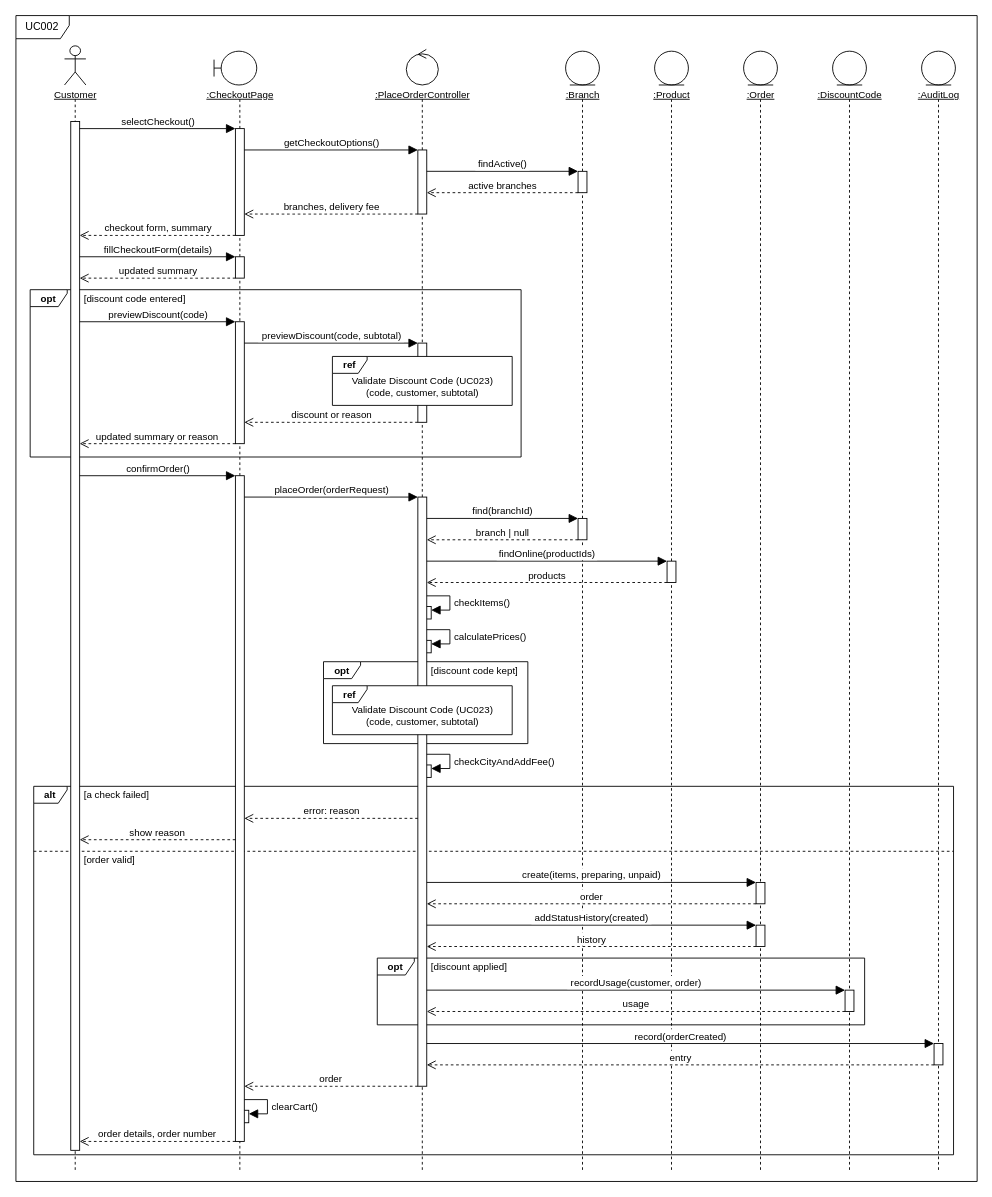
This is report/figures/src/SD-UC002.drawio from Trong-eng/KACoffee, a draw.io file, before an edit. Source tidied: cells renumbered, new cells numbered last; positions are measured from the earlier drawing's top-left corner, leaving out a move shared by most shapes. Both pictures are drawn from the tidied source at 89%, with x=0, y=0 at pixel (15, 15).
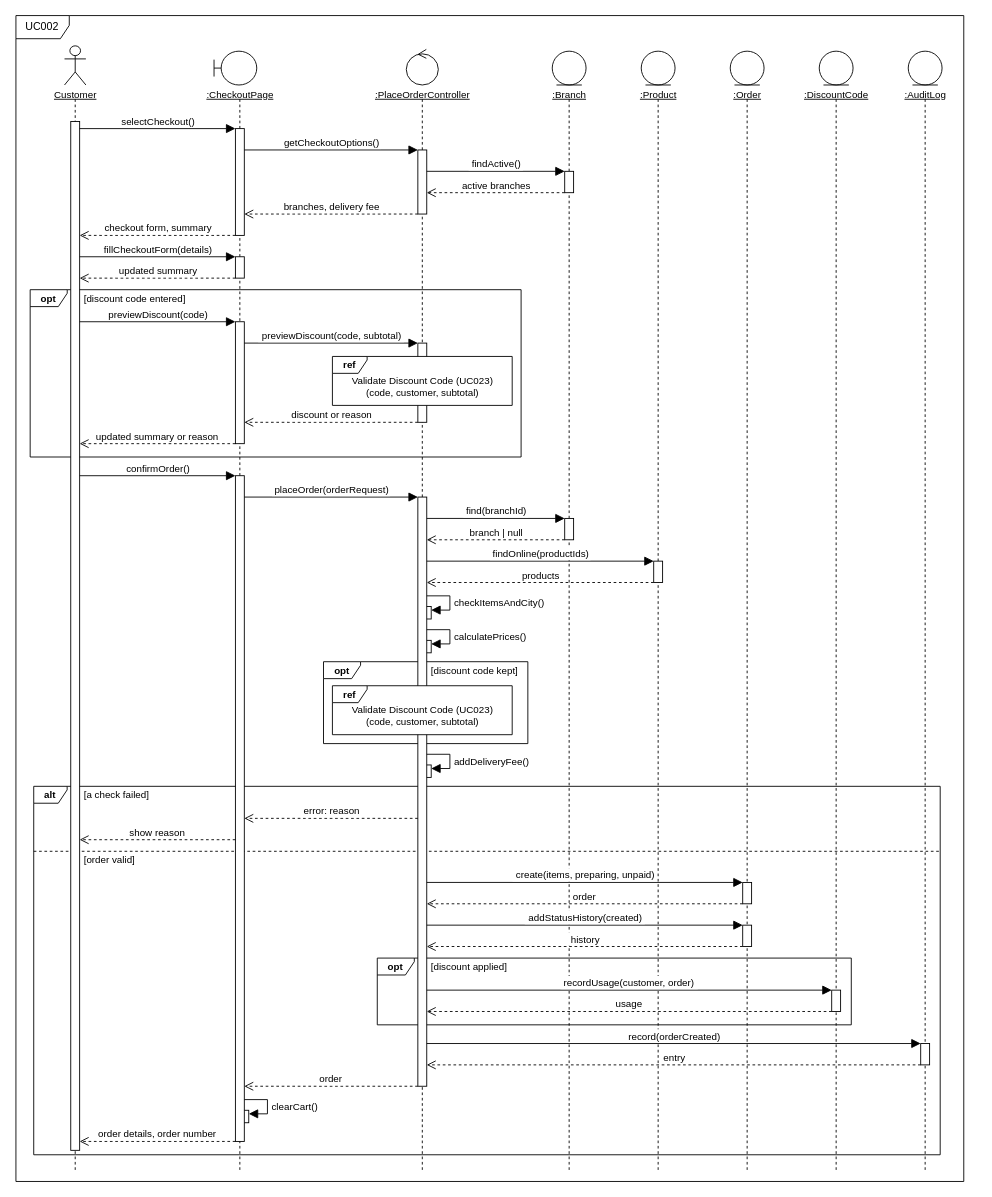
After the change.

Diff of the diagram source:
```diff
@@
     <mxCell id="2" value="UC002" style="shape=umlFrame;whiteSpace=wrap;html=1;width=59.94;height=26;fontFamily=Helvetica;fontSize=12;fillColor=none;" parent="1" vertex="1">
-      <mxGeometry x="0.4" width="1080" height="1310" as="geometry" />
+      <mxGeometry x="0.4" width="1065" height="1310" as="geometry" />
     </mxCell>
@@
     <mxCell id="6" style="endArrow=none;html=1;dashed=1;rounded=0;strokeWidth=1;" parent="1" edge="1">
       <mxGeometry relative="1" as="geometry">
-        <mxPoint x="637" y="94" as="sourcePoint" />
-        <mxPoint x="637" y="1300" as="targetPoint" />
+        <mxPoint x="622" y="94" as="sourcePoint" />
+        <mxPoint x="622" y="1300" as="targetPoint" />
       </mxGeometry>
     </mxCell>
     <mxCell id="7" style="endArrow=none;html=1;dashed=1;rounded=0;strokeWidth=1;" parent="1" edge="1">
       <mxGeometry relative="1" as="geometry">
-        <mxPoint x="737" y="94" as="sourcePoint" />
-        <mxPoint x="737" y="1300" as="targetPoint" />
+        <mxPoint x="722" y="94" as="sourcePoint" />
+        <mxPoint x="722" y="1300" as="targetPoint" />
       </mxGeometry>
     </mxCell>
     <mxCell id="8" style="endArrow=none;html=1;dashed=1;rounded=0;strokeWidth=1;" parent="1" edge="1">
       <mxGeometry relative="1" as="geometry">
-        <mxPoint x="837" y="94" as="sourcePoint" />
-        <mxPoint x="837" y="1300" as="targetPoint" />
+        <mxPoint x="822" y="94" as="sourcePoint" />
+        <mxPoint x="822" y="1300" as="targetPoint" />
       </mxGeometry>
     </mxCell>
     <mxCell id="9" style="endArrow=none;html=1;dashed=1;rounded=0;strokeWidth=1;" parent="1" edge="1">
       <mxGeometry relative="1" as="geometry">
-        <mxPoint x="937" y="94" as="sourcePoint" />
-        <mxPoint x="937" y="1300" as="targetPoint" />
+        <mxPoint x="922" y="94" as="sourcePoint" />
+        <mxPoint x="922" y="1300" as="targetPoint" />
       </mxGeometry>
     </mxCell>
     <mxCell id="10" style="endArrow=none;html=1;dashed=1;rounded=0;strokeWidth=1;" parent="1" edge="1">
       <mxGeometry relative="1" as="geometry">
-        <mxPoint x="1037" y="94" as="sourcePoint" />
-        <mxPoint x="1037" y="1300" as="targetPoint" />
+        <mxPoint x="1022" y="94" as="sourcePoint" />
+        <mxPoint x="1022" y="1300" as="targetPoint" />
       </mxGeometry>
     </mxCell>
@@
     <mxCell id="13" value="opt" style="shape=umlFrame;whiteSpace=wrap;html=1;width=41.63;height=19;fontFamily=Helvetica;fontSize=11;fontStyle=1;fillColor=none;" parent="1" vertex="1">
-      <mxGeometry x="406.4" y="1059" width="547.6" height="75" as="geometry" />
+      <mxGeometry x="406.4" y="1059" width="532.6" height="75" as="geometry" />
     </mxCell>
     <mxCell id="14" value="alt" style="shape=umlFrame;whiteSpace=wrap;html=1;width=37.55;height=19;fontFamily=Helvetica;fontSize=11;fontStyle=1;fillColor=none;" parent="1" vertex="1">
-      <mxGeometry x="20.4" y="866" width="1033.5" height="414" as="geometry" />
+      <mxGeometry x="20.4" y="866" width="1018.5" height="414" as="geometry" />
     </mxCell>
     <mxCell id="15" style="endArrow=none;html=1;dashed=1;rounded=0;" parent="1" edge="1">
       <mxGeometry relative="1" as="geometry">
         <mxPoint x="20.4" y="939" as="sourcePoint" />
-        <mxPoint x="1054" y="939" as="targetPoint" />
+        <mxPoint x="1039" y="939" as="targetPoint" />
       </mxGeometry>
     </mxCell>
@@
     <mxCell id="28" style="html=1;fillColor=#ffffff;" parent="1" vertex="1">
-      <mxGeometry x="632" y="175" width="10" height="24" as="geometry" />
+      <mxGeometry x="617" y="175" width="10" height="24" as="geometry" />
     </mxCell>
     <mxCell id="29" style="html=1;fillColor=#ffffff;" parent="1" vertex="1">
-      <mxGeometry x="632" y="565" width="10" height="24" as="geometry" />
+      <mxGeometry x="617" y="565" width="10" height="24" as="geometry" />
     </mxCell>
     <mxCell id="30" style="html=1;fillColor=#ffffff;" parent="1" vertex="1">
-      <mxGeometry x="732" y="613" width="10" height="24" as="geometry" />
+      <mxGeometry x="717" y="613" width="10" height="24" as="geometry" />
     </mxCell>
     <mxCell id="31" style="html=1;fillColor=#ffffff;" parent="1" vertex="1">
-      <mxGeometry x="832" y="974" width="10" height="24" as="geometry" />
+      <mxGeometry x="817" y="974" width="10" height="24" as="geometry" />
     </mxCell>
     <mxCell id="32" style="html=1;fillColor=#ffffff;" parent="1" vertex="1">
-      <mxGeometry x="832" y="1022" width="10" height="24" as="geometry" />
+      <mxGeometry x="817" y="1022" width="10" height="24" as="geometry" />
     </mxCell>
     <mxCell id="33" style="html=1;fillColor=#ffffff;" parent="1" vertex="1">
-      <mxGeometry x="932" y="1095" width="10" height="24" as="geometry" />
+      <mxGeometry x="917" y="1095" width="10" height="24" as="geometry" />
     </mxCell>
     <mxCell id="34" style="html=1;fillColor=#ffffff;" parent="1" vertex="1">
-      <mxGeometry x="1032" y="1155" width="10" height="24" as="geometry" />
+      <mxGeometry x="1017" y="1155" width="10" height="24" as="geometry" />
     </mxCell>
@@
     <mxCell id="40" style="ellipse;shape=umlEntity;html=1;whiteSpace=wrap;fillColor=#ffffff;" parent="1" vertex="1">
-      <mxGeometry x="618" y="40" width="38" height="38" as="geometry" />
+      <mxGeometry x="603" y="40" width="38" height="38" as="geometry" />
     </mxCell>
     <mxCell id="41" style="ellipse;shape=umlEntity;html=1;whiteSpace=wrap;fillColor=#ffffff;" parent="1" vertex="1">
-      <mxGeometry x="718" y="40" width="38" height="38" as="geometry" />
+      <mxGeometry x="703" y="40" width="38" height="38" as="geometry" />
     </mxCell>
     <mxCell id="42" style="ellipse;shape=umlEntity;html=1;whiteSpace=wrap;fillColor=#ffffff;" parent="1" vertex="1">
-      <mxGeometry x="818" y="40" width="38" height="38" as="geometry" />
+      <mxGeometry x="803" y="40" width="38" height="38" as="geometry" />
     </mxCell>
     <mxCell id="43" style="ellipse;shape=umlEntity;html=1;whiteSpace=wrap;fillColor=#ffffff;" parent="1" vertex="1">
-      <mxGeometry x="918" y="40" width="38" height="38" as="geometry" />
+      <mxGeometry x="903" y="40" width="38" height="38" as="geometry" />
     </mxCell>
     <mxCell id="44" style="ellipse;shape=umlEntity;html=1;whiteSpace=wrap;fillColor=#ffffff;" parent="1" vertex="1">
-      <mxGeometry x="1018" y="40" width="38" height="38" as="geometry" />
+      <mxGeometry x="1003" y="40" width="38" height="38" as="geometry" />
     </mxCell>
@@
     <mxCell id="47" style="html=1;rounded=0;endArrow=block;endFill=1;endSize=8;" parent="1" edge="1">
       <mxGeometry relative="1" as="geometry">
         <mxPoint x="462" y="175" as="sourcePoint" />
-        <mxPoint x="632" y="175" as="targetPoint" />
+        <mxPoint x="617" y="175" as="targetPoint" />
       </mxGeometry>
     </mxCell>
     <mxCell id="48" style="html=1;rounded=0;dashed=1;endArrow=open;endFill=0;endSize=8;" parent="1" edge="1">
       <mxGeometry relative="1" as="geometry">
-        <mxPoint x="632" y="199" as="sourcePoint" />
+        <mxPoint x="617" y="199" as="sourcePoint" />
         <mxPoint x="462" y="199" as="targetPoint" />
       </mxGeometry>
     </mxCell>
@@
     <mxCell id="59" style="html=1;rounded=0;endArrow=block;endFill=1;endSize=8;" parent="1" edge="1">
       <mxGeometry relative="1" as="geometry">
         <mxPoint x="462" y="565" as="sourcePoint" />
-        <mxPoint x="632" y="565" as="targetPoint" />
+        <mxPoint x="617" y="565" as="targetPoint" />
       </mxGeometry>
     </mxCell>
     <mxCell id="60" style="html=1;rounded=0;dashed=1;endArrow=open;endFill=0;endSize=8;" parent="1" edge="1">
       <mxGeometry relative="1" as="geometry">
-        <mxPoint x="632" y="589" as="sourcePoint" />
+        <mxPoint x="617" y="589" as="sourcePoint" />
         <mxPoint x="462" y="589" as="targetPoint" />
       </mxGeometry>
     </mxCell>
     <mxCell id="61" style="html=1;rounded=0;endArrow=block;endFill=1;endSize=8;" parent="1" edge="1">
       <mxGeometry relative="1" as="geometry">
         <mxPoint x="462" y="613" as="sourcePoint" />
-        <mxPoint x="732" y="613" as="targetPoint" />
+        <mxPoint x="717" y="613" as="targetPoint" />
       </mxGeometry>
     </mxCell>
     <mxCell id="62" style="html=1;rounded=0;dashed=1;endArrow=open;endFill=0;endSize=8;" parent="1" edge="1">
       <mxGeometry relative="1" as="geometry">
-        <mxPoint x="732" y="637" as="sourcePoint" />
+        <mxPoint x="717" y="637" as="sourcePoint" />
         <mxPoint x="462" y="637" as="targetPoint" />
       </mxGeometry>
     </mxCell>
@@
     <mxCell id="68" style="html=1;rounded=0;endArrow=block;endFill=1;endSize=8;" parent="1" edge="1">
       <mxGeometry relative="1" as="geometry">
         <mxPoint x="462" y="974" as="sourcePoint" />
-        <mxPoint x="832" y="974" as="targetPoint" />
+        <mxPoint x="817" y="974" as="targetPoint" />
       </mxGeometry>
     </mxCell>
     <mxCell id="69" style="html=1;rounded=0;dashed=1;endArrow=open;endFill=0;endSize=8;" parent="1" edge="1">
       <mxGeometry relative="1" as="geometry">
-        <mxPoint x="832" y="998" as="sourcePoint" />
+        <mxPoint x="817" y="998" as="sourcePoint" />
         <mxPoint x="462" y="998" as="targetPoint" />
       </mxGeometry>
     </mxCell>
     <mxCell id="70" style="html=1;rounded=0;endArrow=block;endFill=1;endSize=8;" parent="1" edge="1">
       <mxGeometry relative="1" as="geometry">
         <mxPoint x="462" y="1022" as="sourcePoint" />
-        <mxPoint x="832" y="1022" as="targetPoint" />
+        <mxPoint x="817" y="1022" as="targetPoint" />
       </mxGeometry>
     </mxCell>
     <mxCell id="71" style="html=1;rounded=0;dashed=1;endArrow=open;endFill=0;endSize=8;" parent="1" edge="1">
       <mxGeometry relative="1" as="geometry">
-        <mxPoint x="832" y="1046" as="sourcePoint" />
+        <mxPoint x="817" y="1046" as="sourcePoint" />
         <mxPoint x="462" y="1046" as="targetPoint" />
       </mxGeometry>
     </mxCell>
     <mxCell id="72" style="html=1;rounded=0;endArrow=block;endFill=1;endSize=8;" parent="1" edge="1">
       <mxGeometry relative="1" as="geometry">
         <mxPoint x="462" y="1095" as="sourcePoint" />
-        <mxPoint x="932" y="1095" as="targetPoint" />
+        <mxPoint x="917" y="1095" as="targetPoint" />
       </mxGeometry>
     </mxCell>
     <mxCell id="73" style="html=1;rounded=0;dashed=1;endArrow=open;endFill=0;endSize=8;" parent="1" edge="1">
       <mxGeometry relative="1" as="geometry">
-        <mxPoint x="932" y="1119" as="sourcePoint" />
+        <mxPoint x="917" y="1119" as="sourcePoint" />
         <mxPoint x="462" y="1119" as="targetPoint" />
       </mxGeometry>
     </mxCell>
     <mxCell id="74" style="html=1;rounded=0;endArrow=block;endFill=1;endSize=8;" parent="1" edge="1">
       <mxGeometry relative="1" as="geometry">
         <mxPoint x="462" y="1155" as="sourcePoint" />
-        <mxPoint x="1032" y="1155" as="targetPoint" />
+        <mxPoint x="1017" y="1155" as="targetPoint" />
       </mxGeometry>
     </mxCell>
     <mxCell id="75" style="html=1;rounded=0;dashed=1;endArrow=open;endFill=0;endSize=8;" parent="1" edge="1">
       <mxGeometry relative="1" as="geometry">
-        <mxPoint x="1032" y="1179" as="sourcePoint" />
+        <mxPoint x="1017" y="1179" as="sourcePoint" />
         <mxPoint x="462" y="1179" as="targetPoint" />
       </mxGeometry>
     </mxCell>
@@
     <mxCell id="81" value="findActive()" style="text;html=1;align=center;verticalAlign=middle;spacing=0;spacingLeft=1;spacingRight=1;fontFamily=Helvetica;fontSize=11;fillColor=#ffffff;strokeColor=none;" parent="1" vertex="1">
-      <mxGeometry x="516.5" y="159" width="61.1" height="15" as="geometry" />
+      <mxGeometry x="509" y="159" width="61.1" height="15" as="geometry" />
     </mxCell>
     <mxCell id="82" value="active branches" style="text;html=1;align=center;verticalAlign=middle;spacing=0;spacingLeft=1;spacingRight=1;fontFamily=Helvetica;fontSize=11;fillColor=#ffffff;strokeColor=none;" parent="1" vertex="1">
-      <mxGeometry x="505.3" y="183" width="83.4" height="15" as="geometry" />
+      <mxGeometry x="497.8" y="183" width="83.4" height="15" as="geometry" />
     </mxCell>
@@
     <mxCell id="95" value="find(branchId)" style="text;html=1;align=center;verticalAlign=middle;spacing=0;spacingLeft=1;spacingRight=1;fontFamily=Helvetica;fontSize=11;fillColor=#ffffff;strokeColor=none;" parent="1" vertex="1">
-      <mxGeometry x="510.6" y="549" width="72.8" height="15" as="geometry" />
+      <mxGeometry x="503.1" y="549" width="72.8" height="15" as="geometry" />
     </mxCell>
     <mxCell id="96" value="branch | null" style="text;html=1;align=center;verticalAlign=middle;spacing=0;spacingLeft=1;spacingRight=1;fontFamily=Helvetica;fontSize=11;fillColor=#ffffff;strokeColor=none;" parent="1" vertex="1">
-      <mxGeometry x="514.7" y="573" width="64.6" height="15" as="geometry" />
+      <mxGeometry x="507.2" y="573" width="64.6" height="15" as="geometry" />
     </mxCell>
     <mxCell id="97" value="findOnline(productIds)" style="text;html=1;align=center;verticalAlign=middle;spacing=0;spacingLeft=1;spacingRight=1;fontFamily=Helvetica;fontSize=11;fillColor=#ffffff;strokeColor=none;" parent="1" vertex="1">
-      <mxGeometry x="540.5" y="597" width="113" height="15" as="geometry" />
+      <mxGeometry x="533" y="597" width="113" height="15" as="geometry" />
     </mxCell>
     <mxCell id="98" value="products" style="text;html=1;align=center;verticalAlign=middle;spacing=0;spacingLeft=1;spacingRight=1;fontFamily=Helvetica;fontSize=11;fillColor=#ffffff;strokeColor=none;" parent="1" vertex="1">
-      <mxGeometry x="573.3" y="621" width="47.4" height="15" as="geometry" />
+      <mxGeometry x="565.8" y="621" width="47.4" height="15" as="geometry" />
     </mxCell>
-    <mxCell id="99" value="checkItems()" style="text;html=1;align=left;verticalAlign=middle;spacing=0;spacingLeft=1;spacingRight=1;fontFamily=Helvetica;fontSize=11;fillColor=#ffffff;strokeColor=none;" parent="1" vertex="1">
-      <mxGeometry x="492" y="652.5" width="69.9" height="15" as="geometry" />
+    <mxCell id="99" value="checkItemsAndCity()" style="text;html=1;align=left;verticalAlign=middle;spacing=0;spacingLeft=1;spacingRight=1;fontFamily=Helvetica;fontSize=11;fillColor=#ffffff;strokeColor=none;" parent="1" vertex="1">
+      <mxGeometry x="492" y="652.5" width="109.4" height="15" as="geometry" />
     </mxCell>
@@
-    <mxCell id="103" value="checkCityAndAddFee()" style="text;html=1;align=left;verticalAlign=middle;spacing=0;spacingLeft=1;spacingRight=1;fontFamily=Helvetica;fontSize=11;fillColor=#ffffff;strokeColor=none;" parent="1" vertex="1">
-      <mxGeometry x="492" y="830.5" width="121.2" height="15" as="geometry" />
+    <mxCell id="103" value="addDeliveryFee()" style="text;html=1;align=left;verticalAlign=middle;spacing=0;spacingLeft=1;spacingRight=1;fontFamily=Helvetica;fontSize=11;fillColor=#ffffff;strokeColor=none;" parent="1" vertex="1">
+      <mxGeometry x="492" y="830.5" width="90.5" height="15" as="geometry" />
     </mxCell>
@@
     <mxCell id="106" value="create(items, preparing, unpaid)" style="text;html=1;align=center;verticalAlign=middle;spacing=0;spacingLeft=1;spacingRight=1;fontFamily=Helvetica;fontSize=11;fillColor=#ffffff;strokeColor=none;" parent="1" vertex="1">
-      <mxGeometry x="565.9" y="958" width="162.2" height="15" as="geometry" />
+      <mxGeometry x="558.4" y="958" width="162.2" height="15" as="geometry" />
     </mxCell>
     <mxCell id="107" value="order" style="text;html=1;align=center;verticalAlign=middle;spacing=0;spacingLeft=1;spacingRight=1;fontFamily=Helvetica;fontSize=11;fillColor=#ffffff;strokeColor=none;" parent="1" vertex="1">
-      <mxGeometry x="632.1" y="982" width="29.7" height="15" as="geometry" />
+      <mxGeometry x="624.6" y="982" width="29.7" height="15" as="geometry" />
     </mxCell>
     <mxCell id="108" value="addStatusHistory(created)" style="text;html=1;align=center;verticalAlign=middle;spacing=0;spacingLeft=1;spacingRight=1;fontFamily=Helvetica;fontSize=11;fillColor=#ffffff;strokeColor=none;" parent="1" vertex="1">
-      <mxGeometry x="579.6" y="1006" width="134.9" height="15" as="geometry" />
+      <mxGeometry x="572.1" y="1006" width="134.9" height="15" as="geometry" />
     </mxCell>
     <mxCell id="109" value="history" style="text;html=1;align=center;verticalAlign=middle;spacing=0;spacingLeft=1;spacingRight=1;fontFamily=Helvetica;fontSize=11;fillColor=#ffffff;strokeColor=none;" parent="1" vertex="1">
-      <mxGeometry x="628.1" y="1030" width="37.8" height="15" as="geometry" />
+      <mxGeometry x="620.6" y="1030" width="37.8" height="15" as="geometry" />
     </mxCell>
     <mxCell id="110" value="recordUsage(customer, order)" style="text;html=1;align=center;verticalAlign=middle;spacing=0;spacingLeft=1;spacingRight=1;fontFamily=Helvetica;fontSize=11;fillColor=#ffffff;strokeColor=none;" parent="1" vertex="1">
-      <mxGeometry x="619.8" y="1079" width="154.3" height="15" as="geometry" />
+      <mxGeometry x="612.3" y="1079" width="154.3" height="15" as="geometry" />
     </mxCell>
     <mxCell id="111" value="usage" style="text;html=1;align=center;verticalAlign=middle;spacing=0;spacingLeft=1;spacingRight=1;fontFamily=Helvetica;fontSize=11;fillColor=#ffffff;strokeColor=none;" parent="1" vertex="1">
-      <mxGeometry x="679.8" y="1103" width="34.3" height="15" as="geometry" />
+      <mxGeometry x="672.3" y="1103" width="34.3" height="15" as="geometry" />
     </mxCell>
@@
     <mxCell id="113" value="record(orderCreated)" style="text;html=1;align=center;verticalAlign=middle;spacing=0;spacingLeft=1;spacingRight=1;fontFamily=Helvetica;fontSize=11;fillColor=#ffffff;strokeColor=none;" parent="1" vertex="1">
-      <mxGeometry x="693" y="1139" width="108.1" height="15" as="geometry" />
+      <mxGeometry x="685.5" y="1139" width="108.1" height="15" as="geometry" />
     </mxCell>
     <mxCell id="114" value="entry" style="text;html=1;align=center;verticalAlign=middle;spacing=0;spacingLeft=1;spacingRight=1;fontFamily=Helvetica;fontSize=11;fillColor=#ffffff;strokeColor=none;" parent="1" vertex="1">
-      <mxGeometry x="732.4" y="1163" width="29.2" height="15" as="geometry" />
+      <mxGeometry x="724.9" y="1163" width="29.2" height="15" as="geometry" />
     </mxCell>
@@
     <mxCell id="123" value=":Branch" style="text;html=1;align=center;verticalAlign=middle;spacing=0;spacingLeft=1;spacingRight=1;fontFamily=Helvetica;fontSize=11;fontStyle=4;fillColor=none;strokeColor=none;" parent="1" vertex="1">
-      <mxGeometry x="614.5" y="81" width="45" height="15" as="geometry" />
+      <mxGeometry x="599.5" y="81" width="45" height="15" as="geometry" />
     </mxCell>
     <mxCell id="124" value=":Product" style="text;html=1;align=center;verticalAlign=middle;spacing=0;spacingLeft=1;spacingRight=1;fontFamily=Helvetica;fontSize=11;fontStyle=4;fillColor=none;strokeColor=none;" parent="1" vertex="1">
-      <mxGeometry x="712.9" y="81" width="48.2" height="15" as="geometry" />
+      <mxGeometry x="697.9" y="81" width="48.2" height="15" as="geometry" />
     </mxCell>
     <mxCell id="125" value=":Order" style="text;html=1;align=center;verticalAlign=middle;spacing=0;spacingLeft=1;spacingRight=1;fontFamily=Helvetica;fontSize=11;fontStyle=4;fillColor=none;strokeColor=none;" parent="1" vertex="1">
-      <mxGeometry x="818.7" y="81" width="36.7" height="15" as="geometry" />
+      <mxGeometry x="803.7" y="81" width="36.7" height="15" as="geometry" />
     </mxCell>
     <mxCell id="126" value=":DiscountCode" style="text;html=1;align=center;verticalAlign=middle;spacing=0;spacingLeft=1;spacingRight=1;fontFamily=Helvetica;fontSize=11;fontStyle=4;fillColor=none;strokeColor=none;" parent="1" vertex="1">
-      <mxGeometry x="897.5" y="81" width="79" height="15" as="geometry" />
+      <mxGeometry x="882.5" y="81" width="79" height="15" as="geometry" />
     </mxCell>
     <mxCell id="127" value=":AuditLog" style="text;html=1;align=center;verticalAlign=middle;spacing=0;spacingLeft=1;spacingRight=1;fontFamily=Helvetica;fontSize=11;fontStyle=4;fillColor=none;strokeColor=none;" parent="1" vertex="1">
-      <mxGeometry x="1009.6" y="81" width="54.7" height="15" as="geometry" />
+      <mxGeometry x="994.6" y="81" width="54.7" height="15" as="geometry" />
     </mxCell>
```
